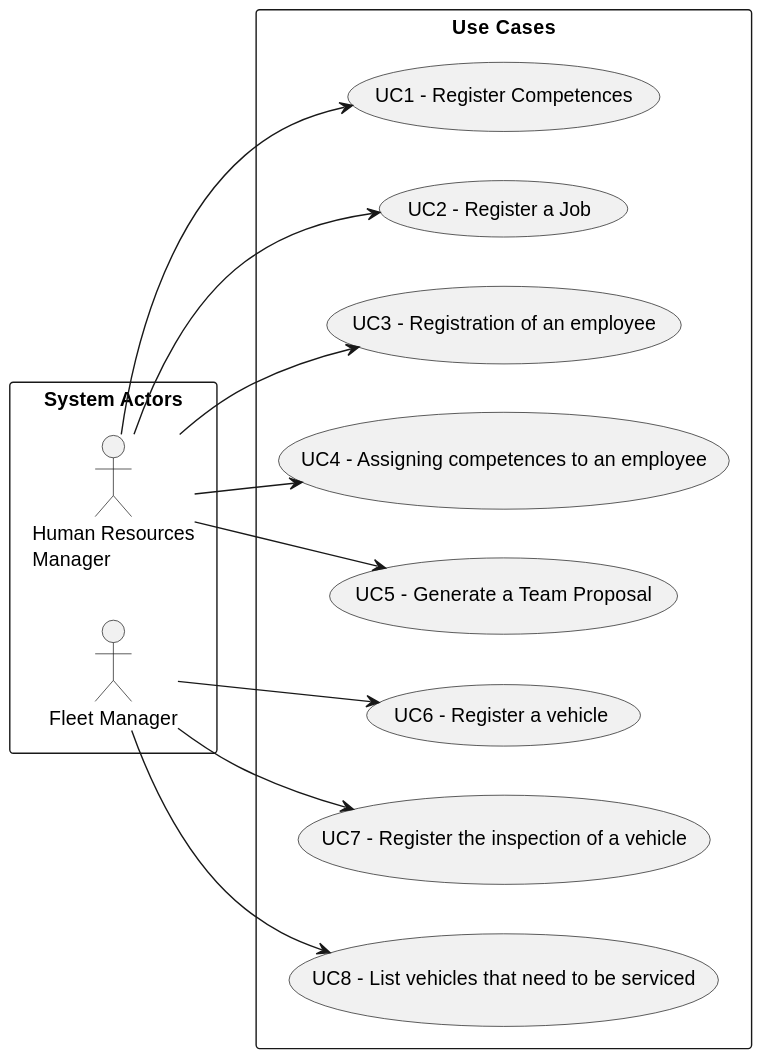
Earlier version of the PlantUML export docs/sprintA/global-artifacts/01.requirements-engineering/svg/use-case-diagram.svg (diogoveirospro/lei-24-s2-1dg-g072). The source it was exported from:
```plantuml
@startuml
skinparam packageStyle rectangle



left to right direction

rectangle "System Actors" as actors {
    actor "Human Resources\nManager" as HRM
    actor "Fleet Manager" as FM
}


rectangle "Use Cases" as usecases{
    usecase "UC1 - Register Competences" as UC1
    HRM --> UC1

    usecase "UC2 - Register a Job" as UC2
    HRM --> UC2

    usecase "UC3 - Registration of an employee" as UC3
    HRM --> UC3

    usecase "UC4 - Assigning competences to an employee" as UC4
    HRM --> UC4

    usecase "UC5 - Generate a Team Proposal" as UC5
    HRM --> UC5

    usecase "UC6 - Register a vehicle" as UC6
    FM --> UC6

    usecase "UC7 - Register the inspection of a vehicle" as UC7
    FM --> UC7

    usecase "UC8 - List vehicles that need to be serviced" as UC8
    FM --> UC8
}
@enduml
```
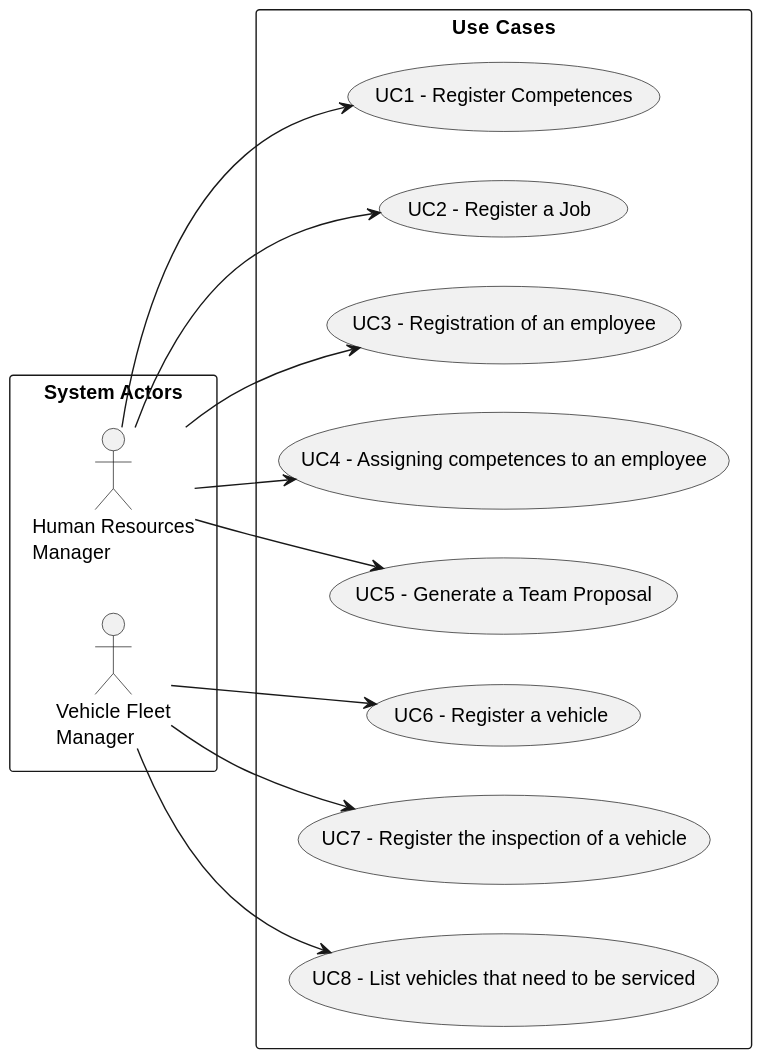
The same diagram one commit later.

Diff of the diagram source:
```diff
@@ -7,7 +7,7 @@
 
 rectangle "System Actors" as actors {
     actor "Human Resources\nManager" as HRM
-    actor "Fleet Manager" as FM
+    actor "Vehicle Fleet\nManager" as FM
 }
 
 
```
